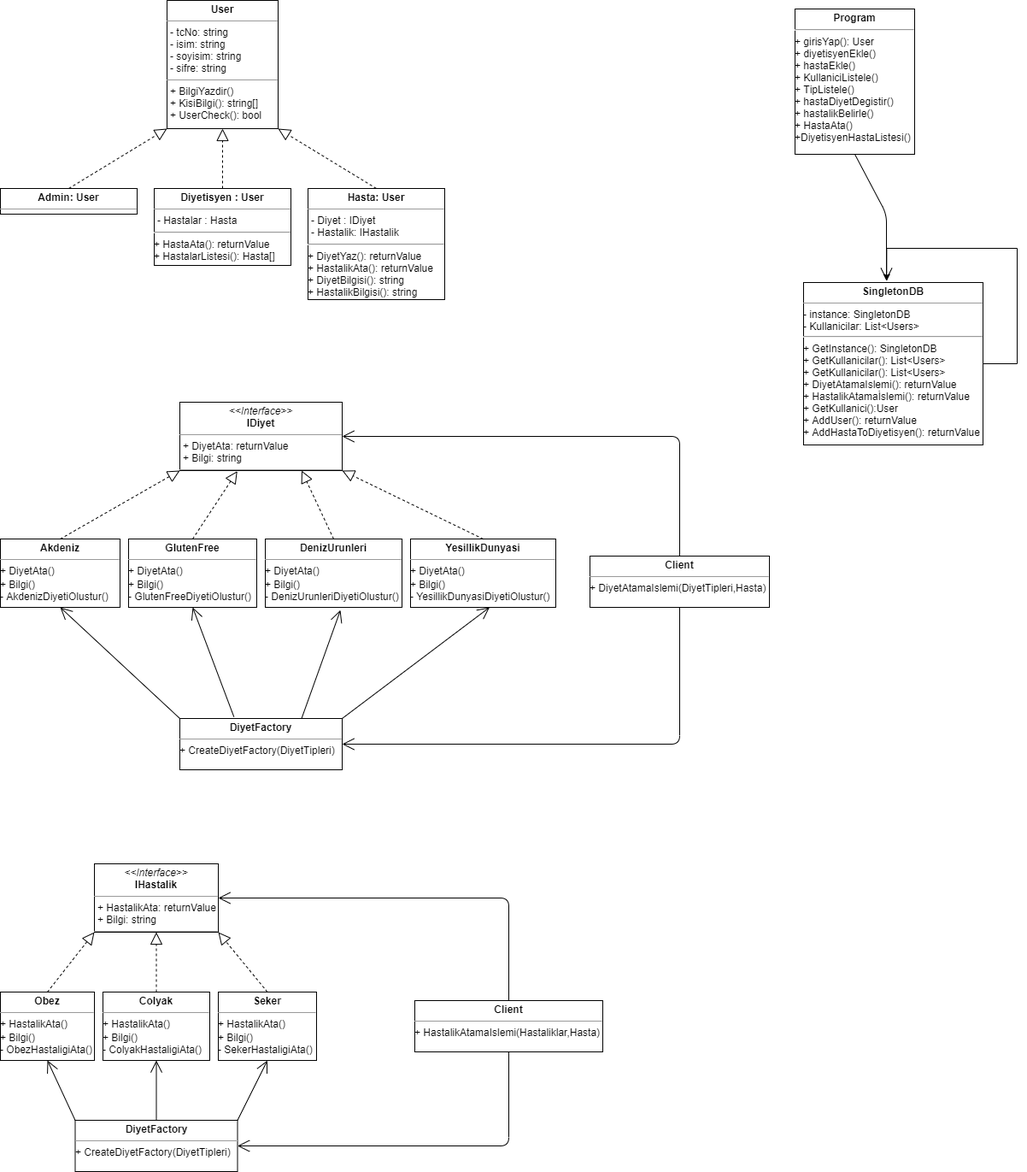
This is diagram.png from YZMDiyetisyen/UML, a draw.io export, as it was before one commit. Source tidied: cells renumbered, new cells last; positions are measured from the earlier drawing's top-left corner, leaving out a move shared by most shapes.
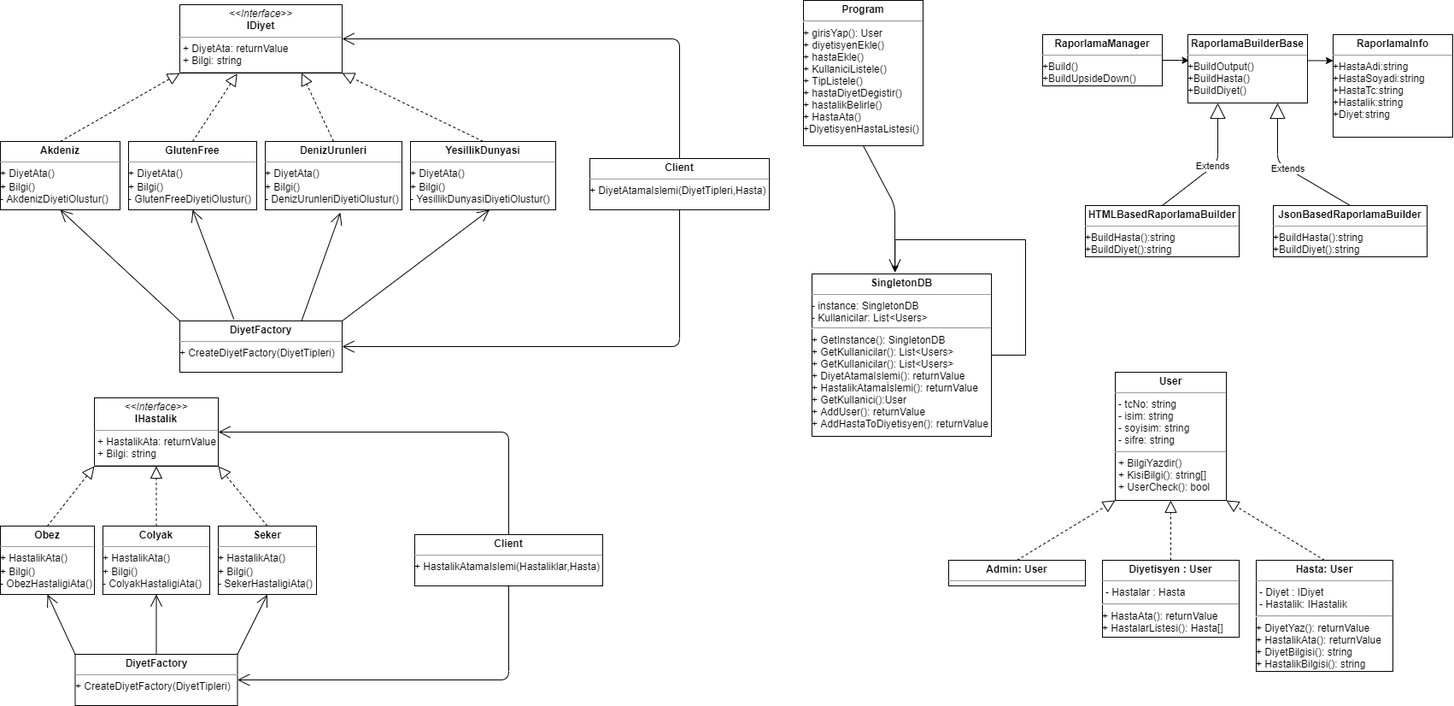
After the commit.

What changed in the source:
```diff
@@ -3,22 +3,22 @@
     <mxCell id="0" style="html=1;" />
     <mxCell id="1" style="html=1;" parent="0" />
     <mxCell id="2" value="&lt;p style=&quot;margin: 0px ; margin-top: 4px ; text-align: center&quot;&gt;&lt;span style=&quot;font-weight: 700 ; text-align: left&quot;&gt;Admin: User&lt;/span&gt;&lt;br&gt;&lt;/p&gt;&lt;hr size=&quot;1&quot;&gt;&lt;p style=&quot;margin: 0px ; margin-left: 4px&quot;&gt;&lt;br&gt;&lt;/p&gt;" style="verticalAlign=top;align=left;overflow=fill;fontSize=12;fontFamily=Helvetica;html=1;" parent="1" vertex="1">
-      <mxGeometry y="220" width="160" height="30" as="geometry" />
+      <mxGeometry x="1100" y="665" width="160" height="30" as="geometry" />
     </mxCell>
     <mxCell id="3" value="&lt;p style=&quot;margin: 0px ; margin-top: 4px ; text-align: center&quot;&gt;&lt;b&gt;User&lt;/b&gt;&lt;/p&gt;&lt;hr size=&quot;1&quot;&gt;&lt;p style=&quot;margin: 0px ; margin-left: 4px&quot;&gt;- tcNo: string&lt;br&gt;- isim: string&lt;/p&gt;&lt;p style=&quot;margin: 0px ; margin-left: 4px&quot;&gt;- soyisim: string&lt;br&gt;- sifre: string&lt;/p&gt;&lt;hr size=&quot;1&quot;&gt;&lt;p style=&quot;margin: 0px ; margin-left: 4px&quot;&gt;+ BilgiYazdir()&lt;/p&gt;&lt;p style=&quot;margin: 0px ; margin-left: 4px&quot;&gt;+ KisiBilgi(): string[]&lt;/p&gt;&lt;p style=&quot;margin: 0px ; margin-left: 4px&quot;&gt;+ UserCheck(): bool&lt;/p&gt;" style="verticalAlign=top;align=left;overflow=fill;fontSize=12;fontFamily=Helvetica;html=1;" parent="1" vertex="1">
-      <mxGeometry x="195" width="130" height="150" as="geometry" />
+      <mxGeometry x="1295" y="445" width="130" height="150" as="geometry" />
     </mxCell>
     <mxCell id="4" value="&lt;p style=&quot;margin: 0px ; margin-top: 4px ; text-align: center&quot;&gt;&lt;span style=&quot;font-weight: 700 ; text-align: left&quot;&gt;Diyetisyen : User&lt;/span&gt;&lt;br&gt;&lt;/p&gt;&lt;hr size=&quot;1&quot;&gt;&lt;p style=&quot;margin: 0px ; margin-left: 4px&quot;&gt;- Hastalar : Hasta&lt;/p&gt;&lt;hr&gt;+ HastaAta(): returnValue&lt;br&gt;+ HastalarListesi(): Hasta[]" style="verticalAlign=top;align=left;overflow=fill;fontSize=12;fontFamily=Helvetica;html=1;" parent="1" vertex="1">
-      <mxGeometry x="180" y="220" width="160" height="90" as="geometry" />
+      <mxGeometry x="1280" y="665" width="160" height="90" as="geometry" />
     </mxCell>
     <mxCell id="5" value="&lt;p style=&quot;margin: 0px ; margin-top: 4px ; text-align: center&quot;&gt;&lt;span style=&quot;font-weight: 700 ; text-align: left&quot;&gt;Hasta: User&lt;/span&gt;&lt;br&gt;&lt;/p&gt;&lt;hr size=&quot;1&quot;&gt;&lt;p style=&quot;margin: 0px ; margin-left: 4px&quot;&gt;- Diyet : IDiyet&lt;/p&gt;&lt;p style=&quot;margin: 0px ; margin-left: 4px&quot;&gt;- Hastalik: IHastalik&lt;/p&gt;&lt;hr&gt;+ DiyetYaz(): returnValue&lt;br&gt;+ HastalikAta(): returnValue&lt;br&gt;+ DiyetBilgisi(): string&lt;br&gt;+ HastalikBilgisi(): string" style="verticalAlign=top;align=left;overflow=fill;fontSize=12;fontFamily=Helvetica;html=1;" parent="1" vertex="1">
-      <mxGeometry x="360" y="220" width="160" height="130" as="geometry" />
+      <mxGeometry x="1460" y="665" width="160" height="130" as="geometry" />
     </mxCell>
     <mxCell id="6" value="&lt;p style=&quot;margin: 0px ; margin-top: 4px ; text-align: center&quot;&gt;&lt;i&gt;&amp;lt;&amp;lt;Interface&amp;gt;&amp;gt;&lt;/i&gt;&lt;br&gt;&lt;b&gt;IDiyet&lt;/b&gt;&lt;/p&gt;&lt;hr size=&quot;1&quot;&gt;&lt;p style=&quot;margin: 0px ; margin-left: 4px&quot;&gt;+ DiyetAta: returnValue&lt;/p&gt;&lt;p style=&quot;margin: 0px ; margin-left: 4px&quot;&gt;+ Bilgi: string&lt;/p&gt;&lt;hr&gt;" style="verticalAlign=top;align=left;overflow=fill;fontSize=12;fontFamily=Helvetica;html=1;" parent="1" vertex="1">
-      <mxGeometry x="210" y="470" width="190" height="80" as="geometry" />
+      <mxGeometry x="200" y="15" width="190" height="80" as="geometry" />
     </mxCell>
     <mxCell id="7" value="&lt;p style=&quot;margin: 0px ; margin-top: 4px ; text-align: center&quot;&gt;&lt;b&gt;Akdeniz&lt;/b&gt;&lt;/p&gt;&lt;hr size=&quot;1&quot;&gt;&lt;div style=&quot;height: 2px&quot;&gt;+ DiyetAta()&lt;br&gt;&lt;/div&gt;&lt;div style=&quot;height: 2px&quot;&gt;&lt;br&gt;+ Bilgi()&lt;br&gt;- AkdenizDiyetiOlustur()&lt;/div&gt;" style="verticalAlign=top;align=left;overflow=fill;fontSize=12;fontFamily=Helvetica;html=1;" parent="1" vertex="1">
-      <mxGeometry y="630" width="140" height="80" as="geometry" />
+      <mxGeometry x="-10" y="175" width="140" height="80" as="geometry" />
     </mxCell>
     <mxCell id="8" style="endArrow=block;dashed=1;endFill=0;endSize=12;html=1;exitX=0.5;exitY=0;exitDx=0;exitDy=0;entryX=0;entryY=1;entryDx=0;entryDy=0;" parent="1" edge="1" source="7" target="6">
       <mxGeometry relative="1" as="geometry" />
@@ -33,25 +33,25 @@
       <mxGeometry relative="1" as="geometry" />
     </mxCell>
     <mxCell id="12" value="&lt;p style=&quot;margin: 0px ; margin-top: 4px ; text-align: center&quot;&gt;&lt;b&gt;GlutenFree&lt;/b&gt;&lt;/p&gt;&lt;hr size=&quot;1&quot;&gt;&lt;div style=&quot;height: 2px&quot;&gt;+ DiyetAta()&lt;br&gt;&lt;/div&gt;&lt;div style=&quot;height: 2px&quot;&gt;&lt;br&gt;+ Bilgi()&lt;br&gt;- GlutenFreeDiyetiOlustur()&lt;/div&gt;" style="verticalAlign=top;align=left;overflow=fill;fontSize=12;fontFamily=Helvetica;html=1;" parent="1" vertex="1">
-      <mxGeometry x="150" y="630" width="150" height="80" as="geometry" />
+      <mxGeometry x="140" y="175" width="150" height="80" as="geometry" />
     </mxCell>
     <mxCell id="13" style="endArrow=block;dashed=1;endFill=0;endSize=12;html=1;exitX=0.5;exitY=0;exitDx=0;exitDy=0;entryX=0.354;entryY=1.008;entryDx=0;entryDy=0;entryPerimeter=0;" parent="1" edge="1" source="12" target="6">
       <mxGeometry relative="1" as="geometry" />
     </mxCell>
     <mxCell id="14" value="&lt;p style=&quot;margin: 0px ; margin-top: 4px ; text-align: center&quot;&gt;&lt;b&gt;DenizUrunleri&lt;/b&gt;&lt;/p&gt;&lt;hr size=&quot;1&quot;&gt;&lt;div style=&quot;height: 2px&quot;&gt;+ DiyetAta()&lt;br&gt;&lt;/div&gt;&lt;div style=&quot;height: 2px&quot;&gt;&lt;br&gt;+ Bilgi()&lt;br&gt;- DenizUrunleriDiyetiOlustur()&lt;/div&gt;" style="verticalAlign=top;align=left;overflow=fill;fontSize=12;fontFamily=Helvetica;html=1;" parent="1" vertex="1">
-      <mxGeometry x="310" y="630" width="160" height="80" as="geometry" />
+      <mxGeometry x="300" y="175" width="160" height="80" as="geometry" />
     </mxCell>
     <mxCell id="15" style="endArrow=block;dashed=1;endFill=0;endSize=12;html=1;exitX=0.5;exitY=0;exitDx=0;exitDy=0;entryX=0.75;entryY=1;entryDx=0;entryDy=0;" parent="1" edge="1" source="14" target="6">
       <mxGeometry relative="1" as="geometry" />
     </mxCell>
     <mxCell id="16" value="&lt;p style=&quot;margin: 0px ; margin-top: 4px ; text-align: center&quot;&gt;&lt;b&gt;YesillikDunyasi&lt;/b&gt;&lt;/p&gt;&lt;hr size=&quot;1&quot;&gt;&lt;div style=&quot;height: 2px&quot;&gt;+ DiyetAta()&lt;br&gt;&lt;/div&gt;&lt;br&gt;+ Bilgi()&lt;div style=&quot;height: 2px&quot;&gt;- YesillikDunyasiDiyetiOlustur()&lt;/div&gt;" style="verticalAlign=top;align=left;overflow=fill;fontSize=12;fontFamily=Helvetica;html=1;" parent="1" vertex="1">
-      <mxGeometry x="480" y="630" width="170" height="80" as="geometry" />
+      <mxGeometry x="470" y="175" width="170" height="80" as="geometry" />
     </mxCell>
     <mxCell id="17" style="endArrow=block;dashed=1;endFill=0;endSize=12;html=1;exitX=0.5;exitY=0;exitDx=0;exitDy=0;entryX=1;entryY=1;entryDx=0;entryDy=0;" parent="1" edge="1" source="16" target="6">
       <mxGeometry relative="1" as="geometry" />
     </mxCell>
     <mxCell id="18" value="&lt;p style=&quot;margin: 0px ; margin-top: 4px ; text-align: center&quot;&gt;&lt;b&gt;DiyetFactory&lt;/b&gt;&lt;/p&gt;&lt;hr size=&quot;1&quot;&gt;&lt;div style=&quot;height: 2px&quot;&gt;+&amp;nbsp;CreateDiyetFactory(DiyetTipleri)&lt;/div&gt;" style="verticalAlign=top;align=left;overflow=fill;fontSize=12;fontFamily=Helvetica;html=1;" parent="1" vertex="1">
-      <mxGeometry x="210" y="840" width="190" height="60" as="geometry" />
+      <mxGeometry x="200" y="385" width="190" height="60" as="geometry" />
     </mxCell>
     <mxCell id="19" style="endArrow=open;endFill=1;endSize=12;html=1;exitX=1;exitY=0;exitDx=0;exitDy=0;entryX=0.544;entryY=1;entryDx=0;entryDy=0;entryPerimeter=0;" parent="1" edge="1" source="18" target="16">
       <mxGeometry relative="1" as="geometry" />
@@ -66,27 +66,27 @@
       <mxGeometry relative="1" as="geometry" />
     </mxCell>
     <mxCell id="23" value="&lt;p style=&quot;margin: 0px ; margin-top: 4px ; text-align: center&quot;&gt;&lt;b&gt;Client&lt;/b&gt;&lt;/p&gt;&lt;hr size=&quot;1&quot;&gt;&lt;div style=&quot;height: 2px&quot;&gt;+ DiyetAtamaIslemi(DiyetTipleri,Hasta)&lt;/div&gt;" style="verticalAlign=top;align=left;overflow=fill;fontSize=12;fontFamily=Helvetica;html=1;" parent="1" vertex="1">
-      <mxGeometry x="690" y="650" width="210" height="60" as="geometry" />
+      <mxGeometry x="680" y="195" width="210" height="60" as="geometry" />
     </mxCell>
     <mxCell id="24" style="endArrow=open;endFill=1;endSize=12;html=1;exitX=0.5;exitY=1;exitDx=0;exitDy=0;entryX=1;entryY=0.5;entryDx=0;entryDy=0;" parent="1" edge="1" source="23" target="18">
       <mxGeometry relative="1" as="geometry">
         <Array as="points">
-          <mxPoint x="795" y="870" />
+          <mxPoint x="785" y="415" />
         </Array>
       </mxGeometry>
     </mxCell>
     <mxCell id="25" style="endArrow=open;endFill=1;endSize=12;html=1;entryX=1;entryY=0.5;entryDx=0;entryDy=0;exitX=0.5;exitY=0;exitDx=0;exitDy=0;" parent="1" edge="1" source="23" target="6">
       <mxGeometry relative="1" as="geometry">
         <Array as="points">
-          <mxPoint x="795" y="510" />
+          <mxPoint x="785" y="55" />
         </Array>
       </mxGeometry>
     </mxCell>
     <mxCell id="26" value="&lt;p style=&quot;margin: 0px ; margin-top: 4px ; text-align: center&quot;&gt;&lt;i&gt;&amp;lt;&amp;lt;Interface&amp;gt;&amp;gt;&lt;/i&gt;&lt;br&gt;&lt;b&gt;IHastalik&lt;/b&gt;&lt;/p&gt;&lt;hr size=&quot;1&quot;&gt;&lt;p style=&quot;margin: 0px ; margin-left: 4px&quot;&gt;+ HastalikAta: returnValue&lt;/p&gt;&lt;p style=&quot;margin: 0px ; margin-left: 4px&quot;&gt;+ Bilgi: string&lt;/p&gt;&lt;hr&gt;" style="verticalAlign=top;align=left;overflow=fill;fontSize=12;fontFamily=Helvetica;html=1;" parent="1" vertex="1">
-      <mxGeometry x="110" y="1010" width="145" height="80" as="geometry" />
+      <mxGeometry x="100" y="475" width="145" height="80" as="geometry" />
     </mxCell>
     <mxCell id="27" value="&lt;p style=&quot;margin: 0px ; margin-top: 4px ; text-align: center&quot;&gt;&lt;b&gt;Obez&lt;/b&gt;&lt;/p&gt;&lt;hr size=&quot;1&quot;&gt;&lt;div style=&quot;height: 2px&quot;&gt;+ HastalikAta()&lt;br&gt;&lt;/div&gt;&lt;div style=&quot;height: 2px&quot;&gt;&lt;br&gt;+ Bilgi()&lt;br&gt;- ObezHastaligiAta()&lt;/div&gt;" style="verticalAlign=top;align=left;overflow=fill;fontSize=12;fontFamily=Helvetica;html=1;" parent="1" vertex="1">
-      <mxGeometry y="1160" width="110" height="80" as="geometry" />
+      <mxGeometry x="-10" y="625" width="110" height="80" as="geometry" />
     </mxCell>
     <mxCell id="28" style="endArrow=block;dashed=1;endFill=0;endSize=12;html=1;exitX=0.5;exitY=0;exitDx=0;exitDy=0;entryX=0;entryY=1;entryDx=0;entryDy=0;" parent="1" edge="1" source="27" target="26">
       <mxGeometry relative="1" as="geometry" />
@@ -98,7 +98,7 @@
       <mxGeometry relative="1" as="geometry" />
     </mxCell>
     <mxCell id="31" value="&lt;p style=&quot;margin: 0px ; margin-top: 4px ; text-align: center&quot;&gt;&lt;b&gt;DiyetFactory&lt;/b&gt;&lt;/p&gt;&lt;hr size=&quot;1&quot;&gt;&lt;div style=&quot;height: 2px&quot;&gt;+&amp;nbsp;CreateDiyetFactory(DiyetTipleri)&lt;/div&gt;" style="verticalAlign=top;align=left;overflow=fill;fontSize=12;fontFamily=Helvetica;html=1;" parent="1" vertex="1">
-      <mxGeometry x="87.5" y="1310" width="190" height="60" as="geometry" />
+      <mxGeometry x="77.5" y="775" width="190" height="60" as="geometry" />
     </mxCell>
     <mxCell id="32" style="endArrow=open;endFill=1;endSize=12;html=1;exitX=1;exitY=0;exitDx=0;exitDy=0;entryX=0.5;entryY=1;entryDx=0;entryDy=0;" parent="1" edge="1" source="31" target="39">
       <mxGeometry relative="1" as="geometry" />
@@ -110,27 +110,27 @@
       <mxGeometry relative="1" as="geometry" />
     </mxCell>
     <mxCell id="35" value="&lt;p style=&quot;margin: 0px ; margin-top: 4px ; text-align: center&quot;&gt;&lt;b&gt;Client&lt;/b&gt;&lt;/p&gt;&lt;hr size=&quot;1&quot;&gt;&lt;div style=&quot;height: 2px&quot;&gt;+ HastalikAtamaIslemi(Hastaliklar,Hasta)&lt;/div&gt;" style="verticalAlign=top;align=left;overflow=fill;fontSize=12;fontFamily=Helvetica;html=1;" parent="1" vertex="1">
-      <mxGeometry x="485" y="1170" width="220" height="60" as="geometry" />
+      <mxGeometry x="475" y="635" width="220" height="60" as="geometry" />
     </mxCell>
     <mxCell id="36" style="endArrow=open;endFill=1;endSize=12;html=1;exitX=0.5;exitY=1;exitDx=0;exitDy=0;entryX=1;entryY=0.5;entryDx=0;entryDy=0;" parent="1" edge="1" source="35" target="31">
       <mxGeometry relative="1" as="geometry">
         <Array as="points">
-          <mxPoint x="595" y="1340" />
+          <mxPoint x="585" y="805" />
         </Array>
       </mxGeometry>
     </mxCell>
     <mxCell id="37" style="endArrow=open;endFill=1;endSize=12;html=1;entryX=1;entryY=0.5;entryDx=0;entryDy=0;exitX=0.5;exitY=0;exitDx=0;exitDy=0;" parent="1" edge="1" source="35" target="26">
       <mxGeometry relative="1" as="geometry">
         <Array as="points">
-          <mxPoint x="595" y="1050" />
+          <mxPoint x="585" y="515" />
         </Array>
       </mxGeometry>
     </mxCell>
     <mxCell id="38" value="&lt;p style=&quot;margin: 0px ; margin-top: 4px ; text-align: center&quot;&gt;&lt;b&gt;Colyak&lt;/b&gt;&lt;/p&gt;&lt;hr size=&quot;1&quot;&gt;&lt;div style=&quot;height: 2px&quot;&gt;+ HastalikAta()&lt;br&gt;&lt;/div&gt;&lt;div style=&quot;height: 2px&quot;&gt;&lt;br&gt;+ Bilgi()&lt;br&gt;- ColyakHastaligiAta()&lt;/div&gt;" style="verticalAlign=top;align=left;overflow=fill;fontSize=12;fontFamily=Helvetica;html=1;" parent="1" vertex="1">
-      <mxGeometry x="120" y="1160" width="125" height="80" as="geometry" />
+      <mxGeometry x="110" y="625" width="125" height="80" as="geometry" />
     </mxCell>
     <mxCell id="39" value="&lt;p style=&quot;margin: 0px ; margin-top: 4px ; text-align: center&quot;&gt;&lt;b&gt;Seker&lt;/b&gt;&lt;/p&gt;&lt;hr size=&quot;1&quot;&gt;&lt;div style=&quot;height: 2px&quot;&gt;+ HastalikAta()&lt;br&gt;&lt;/div&gt;&lt;div style=&quot;height: 2px&quot;&gt;&lt;br&gt;+ Bilgi()&lt;br&gt;- Seker&lt;span&gt;HastaligiAta()&lt;/span&gt;&lt;/div&gt;" style="verticalAlign=top;align=left;overflow=fill;fontSize=12;fontFamily=Helvetica;html=1;" parent="1" vertex="1">
-      <mxGeometry x="255" y="1160" width="115" height="80" as="geometry" />
+      <mxGeometry x="245" y="625" width="115" height="80" as="geometry" />
     </mxCell>
     <mxCell id="40" style="edgeStyle=orthogonalEdgeStyle;rounded=0;orthogonalLoop=1;jettySize=auto;html=1;entryX=0.463;entryY=-0.009;entryDx=0;entryDy=0;entryPerimeter=0;" parent="1" edge="1" source="41" target="41">
       <mxGeometry relative="1" as="geometry">
@@ -154,5 +154,40 @@
         </Array>
       </mxGeometry>
     </mxCell>
+    <mxCell id="44" style="edgeStyle=orthogonalEdgeStyle;rounded=0;jettySize=auto;html=1;entryX=0.011;entryY=0.38;entryDx=0;entryDy=0;entryPerimeter=0;" parent="1" edge="1" source="45" target="47">
+      <mxGeometry relative="1" as="geometry" />
+    </mxCell>
+    <mxCell id="45" value="&lt;p style=&quot;margin: 0px ; margin-top: 4px ; text-align: center&quot;&gt;&lt;b&gt;RaporlamaManager&lt;/b&gt;&lt;/p&gt;&lt;hr size=&quot;1&quot;&gt;&lt;div style=&quot;height: 2px&quot;&gt;+Build()&lt;br&gt;+BuildUpsideDown()&lt;/div&gt;" style="verticalAlign=top;align=left;overflow=fill;fontSize=12;fontFamily=Helvetica;html=1;" parent="1" vertex="1">
+      <mxGeometry x="1210" y="50" width="140" height="60" as="geometry" />
+    </mxCell>
+    <mxCell id="46" style="edgeStyle=orthogonalEdgeStyle;rounded=0;jettySize=auto;html=1;entryX=0;entryY=0.25;entryDx=0;entryDy=0;exitX=1;exitY=0.38;exitDx=0;exitDy=0;exitPerimeter=0;" parent="1" edge="1" source="47" target="48">
+      <mxGeometry relative="1" as="geometry" />
+    </mxCell>
+    <mxCell id="47" value="&lt;p style=&quot;margin: 0px ; margin-top: 4px ; text-align: center&quot;&gt;&lt;b&gt;RaporlamaBuilderBase&lt;/b&gt;&lt;/p&gt;&lt;hr size=&quot;1&quot;&gt;&lt;div style=&quot;height: 2px&quot;&gt;+BuildOutput()&lt;br&gt;+BuildHasta()&lt;br&gt;+BuildDiyet()&lt;/div&gt;" style="verticalAlign=top;align=left;overflow=fill;fontSize=12;fontFamily=Helvetica;html=1;" parent="1" vertex="1">
+      <mxGeometry x="1380" y="50" width="140" height="80" as="geometry" />
+    </mxCell>
+    <mxCell id="48" value="&lt;p style=&quot;margin: 0px ; margin-top: 4px ; text-align: center&quot;&gt;&lt;b&gt;RaporlamaInfo&lt;/b&gt;&lt;/p&gt;&lt;hr size=&quot;1&quot;&gt;&lt;div style=&quot;height: 2px&quot;&gt;+HastaAdi:string&lt;br&gt;+HastaSoyadi:string&lt;br&gt;+HastaTc:string&lt;br&gt;+Hastalik:string&lt;br&gt;+Diyet:string&lt;/div&gt;" style="verticalAlign=top;align=left;overflow=fill;fontSize=12;fontFamily=Helvetica;html=1;" parent="1" vertex="1">
+      <mxGeometry x="1550" y="50" width="140" height="120" as="geometry" />
+    </mxCell>
+    <mxCell id="49" value="&lt;p style=&quot;margin: 0px ; margin-top: 4px ; text-align: center&quot;&gt;&lt;b&gt;HTMLBasedRaporlamaBuilder&lt;/b&gt;&lt;/p&gt;&lt;hr size=&quot;1&quot;&gt;&lt;div style=&quot;height: 2px&quot;&gt;+BuildHasta():string&lt;br&gt;+BuildDiyet():string&lt;/div&gt;" style="verticalAlign=top;align=left;overflow=fill;fontSize=12;fontFamily=Helvetica;html=1;" parent="1" vertex="1">
+      <mxGeometry x="1260" y="250" width="180" height="60" as="geometry" />
+    </mxCell>
+    <mxCell id="50" value="&lt;p style=&quot;margin: 0px ; margin-top: 4px ; text-align: center&quot;&gt;&lt;b&gt;JsonBasedRaporlamaBuilder&lt;/b&gt;&lt;/p&gt;&lt;hr size=&quot;1&quot;&gt;&lt;div style=&quot;height: 2px&quot;&gt;+BuildHasta():string&lt;br&gt;+BuildDiyet():string&lt;/div&gt;" style="verticalAlign=top;align=left;overflow=fill;fontSize=12;fontFamily=Helvetica;html=1;" parent="1" vertex="1">
+      <mxGeometry x="1480" y="250" width="180" height="60" as="geometry" />
+    </mxCell>
+    <mxCell id="51" value="Extends" style="endArrow=block;endSize=16;endFill=0;html=1;exitX=0.5;exitY=0;exitDx=0;exitDy=0;entryX=0.25;entryY=1;entryDx=0;entryDy=0;" parent="1" edge="1" source="49" target="47">
+      <mxGeometry relative="1" as="geometry">
+        <Array as="points">
+          <mxPoint x="1415" y="200" />
+        </Array>
+      </mxGeometry>
+    </mxCell>
+    <mxCell id="52" value="Extends" style="endArrow=block;endSize=16;endFill=0;html=1;exitX=0.5;exitY=0;exitDx=0;exitDy=0;entryX=0.75;entryY=1;entryDx=0;entryDy=0;" parent="1" edge="1" source="50" target="47">
+      <mxGeometry relative="1" as="geometry">
+        <Array as="points">
+          <mxPoint x="1485" y="200" />
+        </Array>
+      </mxGeometry>
+    </mxCell>
   </root>
 </mxGraphModel>
```
